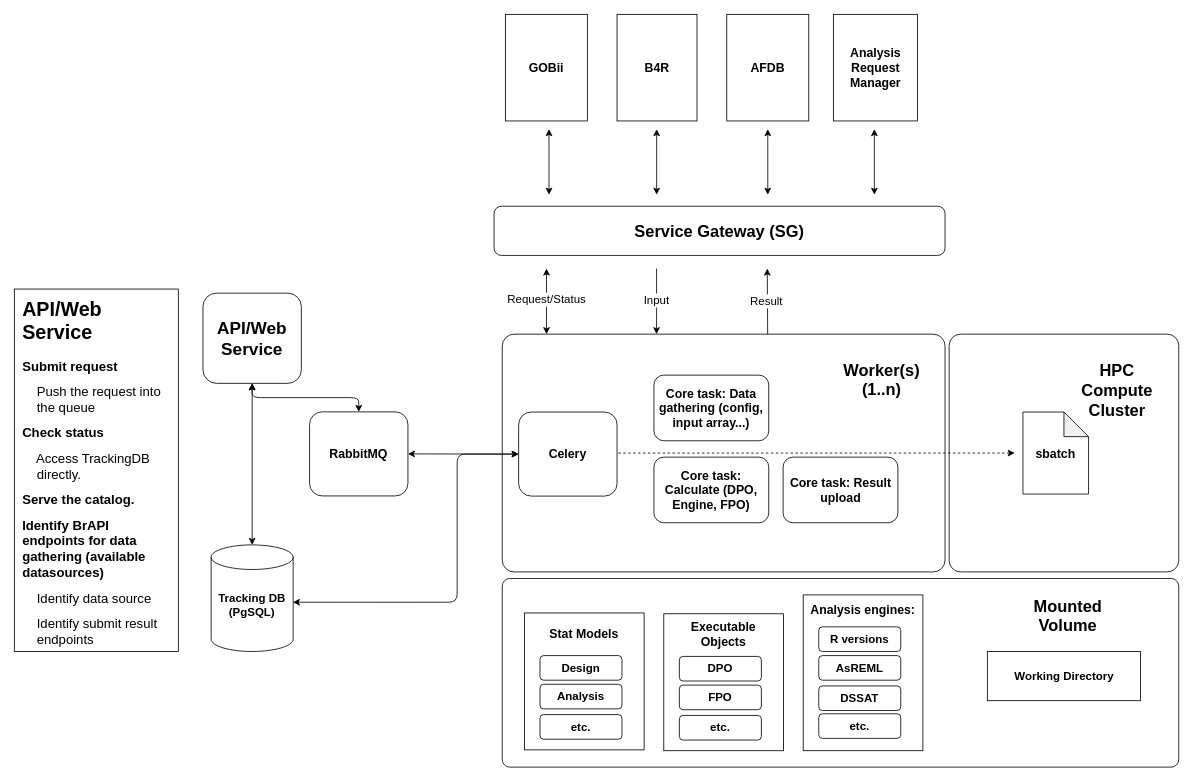
The draw.io diagram docs/diagrams/2021.03.18-ebs-af.drawio in CornellILCI/af-pipeline, before the edit. Source tidied: cells renumbered, new cells numbered last; positions are measured from the earlier drawing's top-left corner, leaving out a move shared by most shapes. Both pictures are drawn from the tidied source at 82%, with x=0, y=0 at pixel (14, 14).
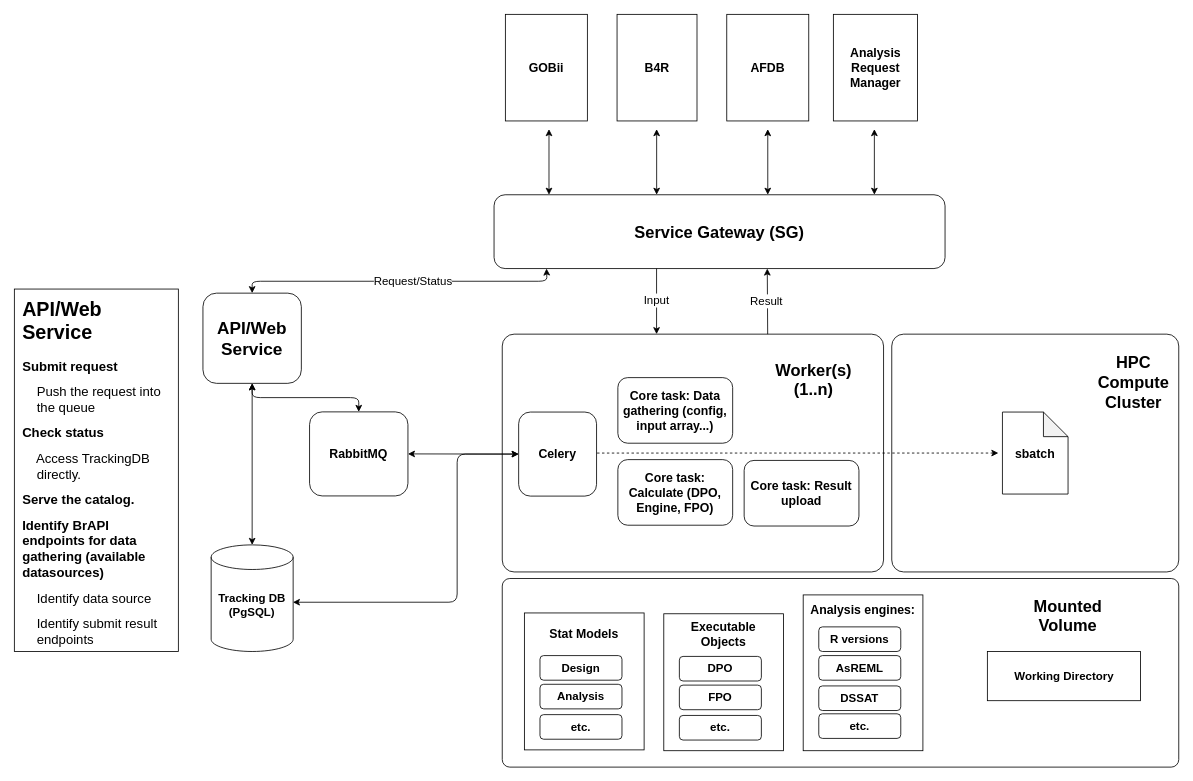
The same page after the edit.

Unchanged cells that the change refers to:
```xml
<mxCell id="5" value="&lt;font style=&quot;font-size: 21px&quot;&gt;&lt;b&gt;API/Web Service&lt;/b&gt;&lt;/font&gt;" style="rounded=1;whiteSpace=wrap;html=1;" parent="1" vertex="1">
  <mxGeometry x="230" y="340" width="120" height="110" as="geometry" />
</mxCell>
```

Diff of the diagram source:
```diff
@@
     <mxCell id="3" style="rounded=1;whiteSpace=wrap;html=1;arcSize=5;" parent="1" vertex="1">
-      <mxGeometry x="1140" y="390" width="280" height="290" as="geometry" />
+      <mxGeometry x="1070" y="390" width="350" height="290" as="geometry" />
     </mxCell>
     <mxCell id="4" style="rounded=1;whiteSpace=wrap;html=1;arcSize=5;" parent="1" vertex="1">
-      <mxGeometry x="595" y="390" width="540" height="290" as="geometry" />
+      <mxGeometry x="595" y="390" width="465" height="290" as="geometry" />
     </mxCell>
@@
     <mxCell id="7" value="&lt;font size=&quot;1&quot;&gt;&lt;b style=&quot;font-size: 20px&quot;&gt;Worker(s) (1..n)&lt;br&gt;&lt;/b&gt;&lt;/font&gt;" style="text;html=1;strokeColor=none;fillColor=none;align=center;verticalAlign=middle;whiteSpace=wrap;rounded=0;" parent="1" vertex="1">
-      <mxGeometry x="1003.2" y="420" width="110" height="50" as="geometry" />
+      <mxGeometry x="920" y="420" width="110" height="50" as="geometry" />
     </mxCell>
@@
     <mxCell id="9" value="&lt;font style=&quot;font-size: 20px&quot;&gt;&lt;b&gt;Service Gateway (SG)&lt;/b&gt;&lt;/font&gt;" style="rounded=1;whiteSpace=wrap;html=1;" parent="1" vertex="1">
-      <mxGeometry x="585" y="234" width="550" height="60" as="geometry" />
+      <mxGeometry x="585" y="220" width="550" height="90" as="geometry" />
     </mxCell>
-    <mxCell id="10" style="endArrow=classic;startArrow=classic;html=1;" parent="1" edge="1">
+    <mxCell id="10" style="endArrow=classic;startArrow=classic;html=1;exitX=0.5;exitY=0;exitDx=0;exitDy=0;edgeStyle=orthogonalEdgeStyle;" parent="1" edge="1" source="5">
       <mxGeometry relative="1" as="geometry">
-        <mxPoint x="649" y="390" as="sourcePoint" />
         <mxPoint x="649" y="310" as="targetPoint" />
       </mxGeometry>
     </mxCell>
@@
     <mxCell id="17" value="&lt;font size=&quot;1&quot;&gt;&lt;b style=&quot;font-size: 20px&quot;&gt;HPC Compute&lt;br&gt;Cluster&lt;br&gt;&lt;/b&gt;&lt;/font&gt;" style="text;html=1;strokeColor=none;fillColor=none;align=center;verticalAlign=middle;whiteSpace=wrap;rounded=0;" parent="1" vertex="1">
-      <mxGeometry x="1300" y="410" width="90" height="95" as="geometry" />
+      <mxGeometry x="1320" y="400" width="90" height="95" as="geometry" />
     </mxCell>
@@
     <mxCell id="25" value="&lt;b&gt;&lt;font style=&quot;font-size: 15px&quot;&gt;sbatch&lt;/font&gt;&lt;/b&gt;" style="shape=note;whiteSpace=wrap;html=1;backgroundOutline=1;darkOpacity=0.05;rounded=0;" parent="1" vertex="1">
-      <mxGeometry x="1230" y="485" width="80" height="100" as="geometry" />
+      <mxGeometry x="1205" y="485" width="80" height="100" as="geometry" />
     </mxCell>
     <mxCell id="26" style="endArrow=classic;startArrow=classic;html=1;dashed=1;entryX=0.875;entryY=0.488;entryDx=0;entryDy=0;entryPerimeter=0;" parent="1" edge="1" target="44">
       <mxGeometry relative="1" as="geometry">
-        <mxPoint x="1220" y="535" as="sourcePoint" />
+        <mxPoint x="1200" y="535" as="sourcePoint" />
       </mxGeometry>
     </mxCell>
@@
     <mxCell id="44" value="&lt;font style=&quot;font-size: 15px&quot;&gt;&lt;b&gt;Celery&lt;br&gt;&lt;/b&gt;&lt;/font&gt;" style="rounded=1;whiteSpace=wrap;html=1;" parent="1" vertex="1">
-      <mxGeometry x="615" y="485" width="120" height="102.5" as="geometry" />
+      <mxGeometry x="615" y="485" width="95" height="102.5" as="geometry" />
     </mxCell>
@@
     <mxCell id="48" value="&lt;font style=&quot;font-size: 15px&quot;&gt;&lt;b&gt;Core task: Data gathering (config, input array...)&lt;br&gt;&lt;/b&gt;&lt;/font&gt;" style="rounded=1;whiteSpace=wrap;html=1;" parent="1" vertex="1">
-      <mxGeometry x="780" y="440" width="140" height="80" as="geometry" />
+      <mxGeometry x="736" y="443" width="140" height="80" as="geometry" />
     </mxCell>
     <mxCell id="49" value="&lt;font style=&quot;font-size: 15px&quot;&gt;&lt;b&gt;Core task: Calculate (DPO, Engine, FPO)&lt;br&gt;&lt;/b&gt;&lt;/font&gt;" style="rounded=1;whiteSpace=wrap;html=1;" parent="1" vertex="1">
-      <mxGeometry x="780" y="540" width="140" height="80" as="geometry" />
+      <mxGeometry x="736" y="543" width="140" height="80" as="geometry" />
     </mxCell>
     <mxCell id="50" value="&lt;font style=&quot;font-size: 15px&quot;&gt;&lt;b&gt;Core task: Result upload&lt;br&gt;&lt;/b&gt;&lt;/font&gt;" style="rounded=1;whiteSpace=wrap;html=1;" parent="1" vertex="1">
-      <mxGeometry x="937.5" y="540" width="140" height="80" as="geometry" />
+      <mxGeometry x="890" y="544" width="140" height="80" as="geometry" />
     </mxCell>
```
